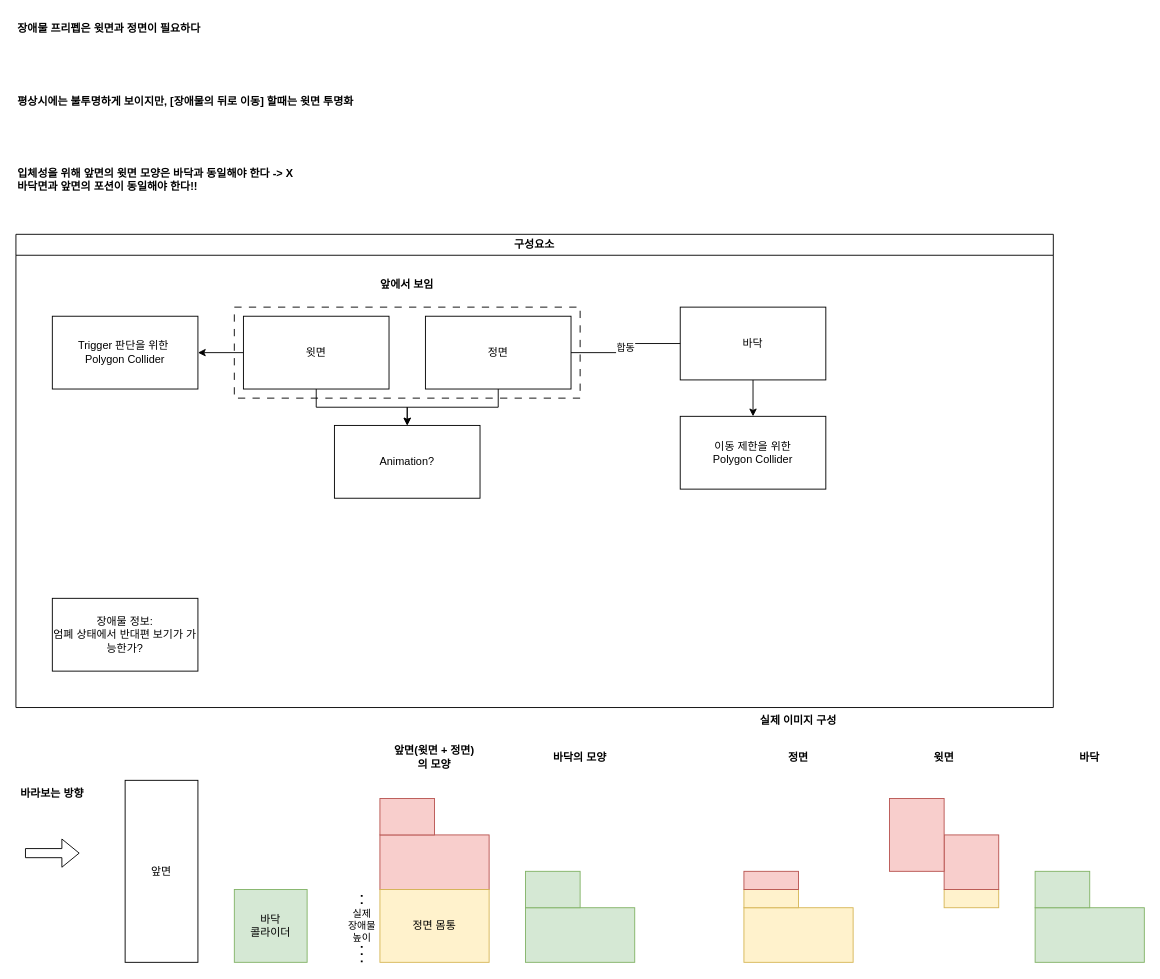
Earlier version of the draw.io diagram page "ObstaclePrefab" (6 of 6) of documents/Overall System For Map system.drawio (VanSubstance/To-the-North). Source tidied: cells renumbered, new cells numbered last; positions are measured from the earlier drawing's top-left corner, leaving out a move shared by most shapes. Both pictures are drawn from the tidied source at 91%, with x=0, y=0 at pixel (15, 15).
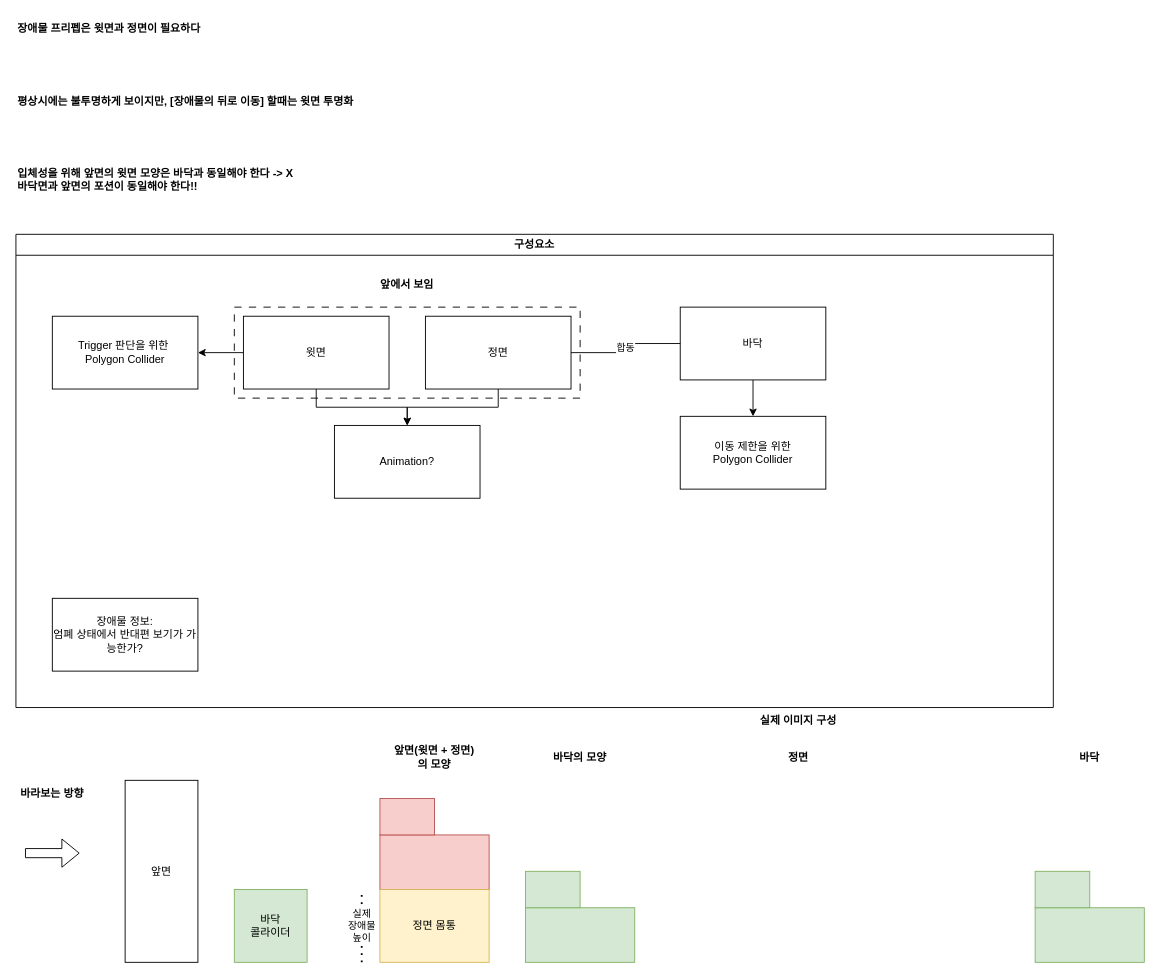
The same diagram, later.

Commit message (it also covers changes not shown here):
Docs: Segmentation of Sight

#37 #33

+ 유저 시야 분리: 절대 시야, 감지 시야
+ 시야 구조 고안중

What changed in the source:
```diff
@@
-    <mxCell id="34" style="rounded=0;whiteSpace=wrap;html=1;fillColor=#fff2cc;strokeColor=#d6b656;" parent="1" vertex="1">
-      <mxGeometry x="800" y="980" width="120" height="60" as="geometry" />
-    </mxCell>
-    <mxCell id="35" style="rounded=0;whiteSpace=wrap;html=1;fillColor=#fff2cc;strokeColor=#d6b656;" parent="1" vertex="1">
-      <mxGeometry x="800" y="960" width="60" height="20" as="geometry" />
-    </mxCell>
-    <mxCell id="36" style="rounded=0;whiteSpace=wrap;html=1;fillColor=#f8cecc;strokeColor=#b85450;" parent="1" vertex="1">
-      <mxGeometry x="800" y="940" width="60" height="20" as="geometry" />
-    </mxCell>
-    <mxCell id="37" value="윗면" style="text;html=1;strokeColor=none;fillColor=none;align=center;verticalAlign=middle;whiteSpace=wrap;rounded=0;fontStyle=1;" parent="1" vertex="1">
-      <mxGeometry x="960" y="800" width="120" height="30" as="geometry" />
-    </mxCell>
@@
-    <mxCell id="41" style="rounded=0;whiteSpace=wrap;html=1;fillColor=#fff2cc;strokeColor=#d6b656;" parent="1" vertex="1">
-      <mxGeometry x="1020" y="960" width="60" height="20" as="geometry" />
-    </mxCell>
-    <mxCell id="42" style="rounded=0;whiteSpace=wrap;html=1;fillColor=#f8cecc;strokeColor=#b85450;" parent="1" vertex="1">
-      <mxGeometry x="1020" y="900" width="60" height="60" as="geometry" />
-    </mxCell>
-    <mxCell id="43" style="rounded=0;whiteSpace=wrap;html=1;fillColor=#f8cecc;strokeColor=#b85450;" parent="1" vertex="1">
-      <mxGeometry x="960" y="860" width="60" height="80" as="geometry" />
-    </mxCell>
```
